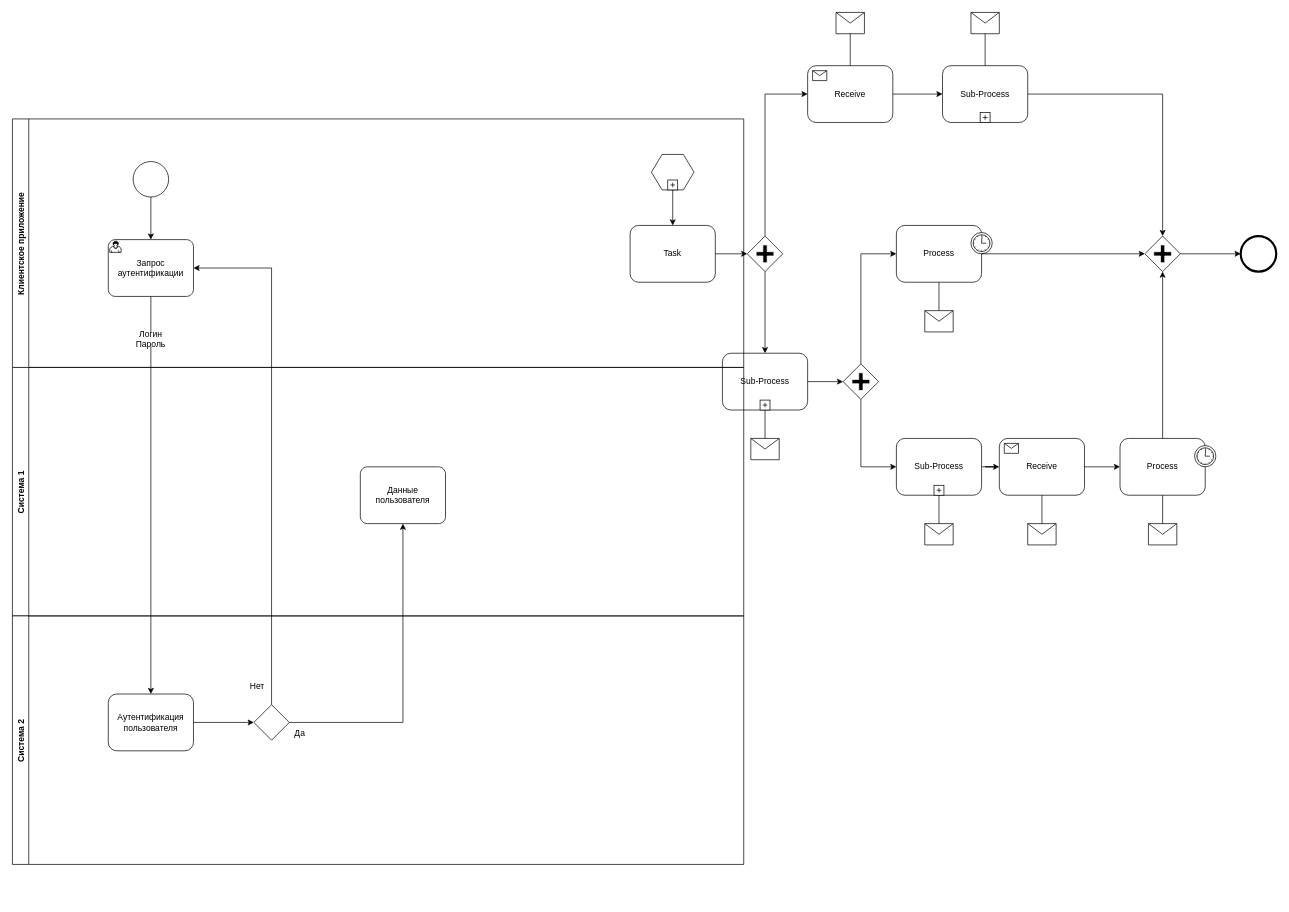
This is bpmn1.drawio from AleksTikhonov/ANSYS_Workbench, a draw.io file, before an edit. Source tidied: cells renumbered, new cells numbered last; positions are measured from the earlier drawing's top-left corner, leaving out a move shared by most shapes. Both pictures are drawn from the tidied source at 71%, with x=0, y=0 at pixel (12, 12).
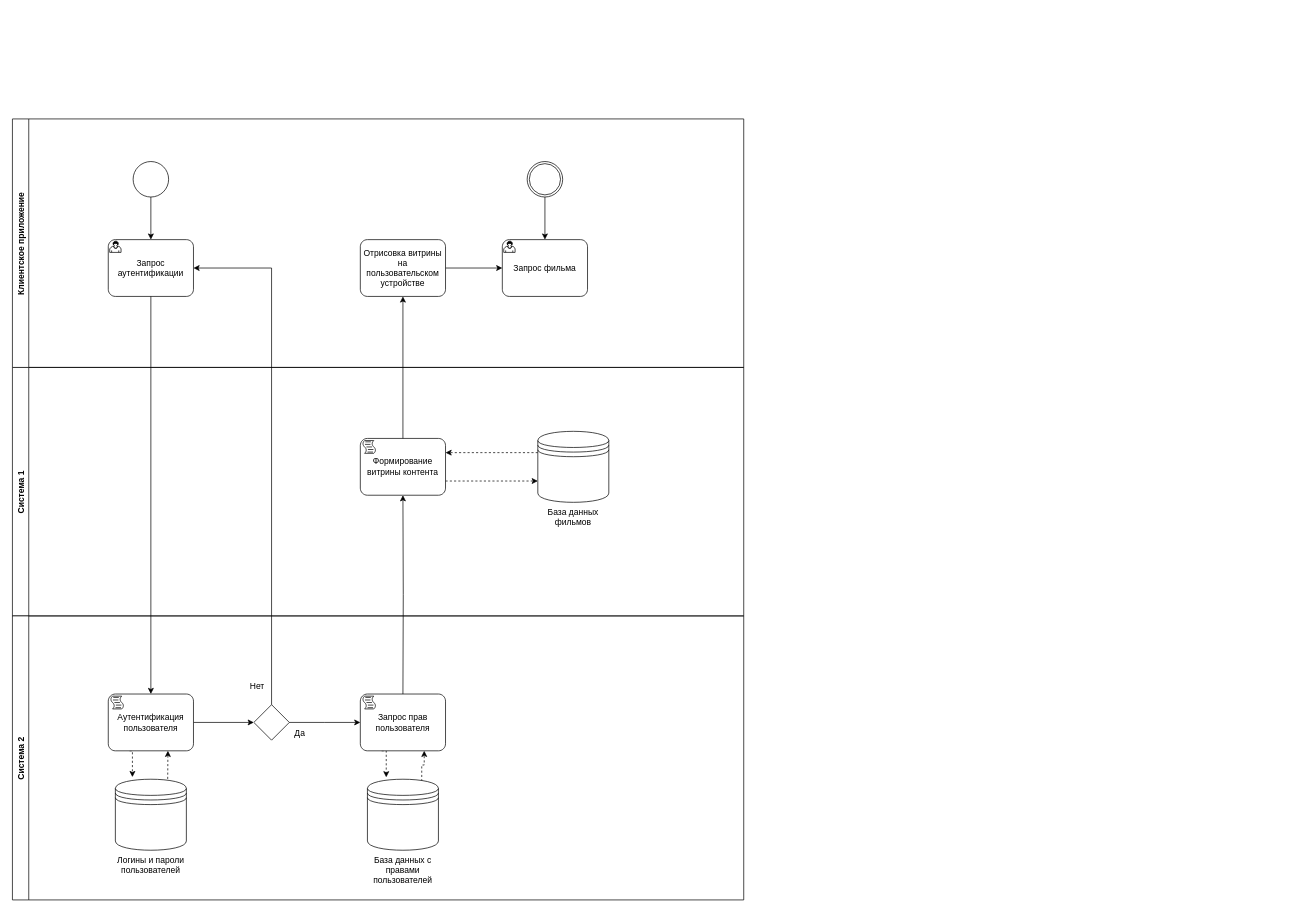
After the change.

Unchanged cells that the change refers to:
```xml
<mxCell id="51" value="Система 1" style="swimlane;horizontal=0;" parent="1" vertex="1">
  <mxGeometry y="500" width="1030" height="350" as="geometry" />
</mxCell>
<mxCell id="56" style="points=[[0.25,0.25,0],[0.5,0,0],[0.75,0.25,0],[1,0.5,0],[0.75,0.75,0],[0.5,1,0],[0.25,0.75,0],[0,0.5,0]];shape=mxgraph.bpmn.gateway2;html=1;verticalLabelPosition=bottom;labelBackgroundColor=#ffffff;verticalAlign=top;align=center;perimeter=rhombusPerimeter;outlineConnect=0;outline=none;symbol=none;" parent="53" vertex="1">
  <mxGeometry x="340" y="125" width="50" height="50" as="geometry" />
</mxCell>
<mxCell id="59" value="Клиентское приложение" style="swimlane;horizontal=0;" parent="1" vertex="1">
  <mxGeometry y="150" width="1030" height="350" as="geometry" />
</mxCell>
<mxCell id="62" value="Запрос аутентификации" style="points=[[0.25,0,0],[0.5,0,0],[0.75,0,0],[1,0.25,0],[1,0.5,0],[1,0.75,0],[0.75,1,0],[0.5,1,0],[0.25,1,0],[0,0.75,0],[0,0.5,0],[0,0.25,0]];shape=mxgraph.bpmn.task;whiteSpace=wrap;rectStyle=rounded;size=10;taskMarker=user;" parent="59" vertex="1">
  <mxGeometry x="135" y="170" width="120" height="80" as="geometry" />
</mxCell>
```

Diff of the diagram source:
```diff
@@
-    <mxCell id="2" style="shape=hexagon;whiteSpace=wrap;html=1;perimeter=hexagonPerimeter;" parent="1" vertex="1">
-      <mxGeometry x="900" y="200" width="60" height="50" as="geometry" />
-    </mxCell>
-    <mxCell id="3" style="html=1;shape=plus;" parent="2" vertex="1">
-      <mxGeometry x="0.5" y="1" width="14" height="14" relative="1" as="geometry">
-        <mxPoint x="-7" y="-14" as="offset" />
-      </mxGeometry>
-    </mxCell>
-    <mxCell id="4" value="Task" style="shape=ext;rounded=1;html=1;whiteSpace=wrap;" parent="1" vertex="1">
-      <mxGeometry x="870" y="300" width="120" height="80" as="geometry" />
-    </mxCell>
-    <mxCell id="5" style="shape=mxgraph.bpmn.shape;html=1;verticalLabelPosition=bottom;labelBackgroundColor=#ffffff;verticalAlign=top;perimeter=rhombusPerimeter;background=gateway;outline=none;symbol=parallelGw;" parent="1" vertex="1">
-      <mxGeometry x="1035" y="315" width="50" height="50" as="geometry" />
-    </mxCell>
-    <mxCell id="6" value="Sub-Process" style="html=1;whiteSpace=wrap;rounded=1;" parent="1" vertex="1">
-      <mxGeometry x="1310" y="75" width="120" height="80" as="geometry" />
-    </mxCell>
-    <mxCell id="7" style="html=1;shape=plus;" parent="6" vertex="1">
-      <mxGeometry x="0.5" y="1" width="14" height="14" relative="1" as="geometry">
-        <mxPoint x="-7" y="-14" as="offset" />
-      </mxGeometry>
-    </mxCell>
-    <mxCell id="8" value="Receive" style="html=1;whiteSpace=wrap;rounded=1;" parent="1" vertex="1">
-      <mxGeometry x="1120" y="75" width="120" height="80" as="geometry" />
-    </mxCell>
-    <mxCell id="9" style="html=1;shape=message;" parent="8" vertex="1">
-      <mxGeometry width="20" height="14" relative="1" as="geometry">
-        <mxPoint x="7" y="7" as="offset" />
-      </mxGeometry>
-    </mxCell>
-    <mxCell id="10" value="Process" style="html=1;whiteSpace=wrap;rounded=1;" parent="1" vertex="1">
-      <mxGeometry x="1245" y="300" width="120" height="80" as="geometry" />
-    </mxCell>
-    <mxCell id="11" style="shape=mxgraph.bpmn.timer_start;perimeter=ellipsePerimeter;html=1;labelPosition=right;labelBackgroundColor=#ffffff;align=left;" parent="10" vertex="1">
-      <mxGeometry x="1" width="30" height="30" relative="1" as="geometry">
-        <mxPoint x="-15" y="10" as="offset" />
-      </mxGeometry>
-    </mxCell>
-    <mxCell id="12" value="Process" style="html=1;whiteSpace=wrap;rounded=1;" parent="1" vertex="1">
-      <mxGeometry x="1560" y="600" width="120" height="80" as="geometry" />
-    </mxCell>
-    <mxCell id="13" style="shape=mxgraph.bpmn.timer_start;perimeter=ellipsePerimeter;html=1;labelPosition=right;labelBackgroundColor=#ffffff;align=left;" parent="12" vertex="1">
-      <mxGeometry x="1" width="30" height="30" relative="1" as="geometry">
-        <mxPoint x="-15" y="10" as="offset" />
-      </mxGeometry>
-    </mxCell>
-    <mxCell id="14" value="Receive" style="html=1;whiteSpace=wrap;rounded=1;" parent="1" vertex="1">
-      <mxGeometry x="1390" y="600" width="120" height="80" as="geometry" />
-    </mxCell>
-    <mxCell id="15" style="html=1;shape=message;" parent="14" vertex="1">
-      <mxGeometry width="20" height="14" relative="1" as="geometry">
-        <mxPoint x="7" y="7" as="offset" />
-      </mxGeometry>
-    </mxCell>
-    <mxCell id="16" value="Sub-Process" style="html=1;whiteSpace=wrap;rounded=1;" parent="1" vertex="1">
-      <mxGeometry x="1245" y="600" width="120" height="80" as="geometry" />
-    </mxCell>
-    <mxCell id="17" style="html=1;shape=plus;" parent="16" vertex="1">
-      <mxGeometry x="0.5" y="1" width="14" height="14" relative="1" as="geometry">
-        <mxPoint x="-7" y="-14" as="offset" />
-      </mxGeometry>
-    </mxCell>
-    <mxCell id="18" style="shape=mxgraph.bpmn.shape;html=1;verticalLabelPosition=bottom;labelBackgroundColor=#ffffff;verticalAlign=top;perimeter=rhombusPerimeter;background=gateway;outline=none;symbol=parallelGw;" parent="1" vertex="1">
-      <mxGeometry x="1595" y="315" width="50" height="50" as="geometry" />
-    </mxCell>
-    <mxCell id="19" style="shape=mxgraph.bpmn.shape;html=1;verticalLabelPosition=bottom;labelBackgroundColor=#ffffff;verticalAlign=top;perimeter=ellipsePerimeter;outline=end;symbol=general;" parent="1" vertex="1">
-      <mxGeometry x="1730" y="315" width="50" height="50" as="geometry" />
-    </mxCell>
-    <mxCell id="20" style="shape=message;whiteSpace=wrap;html=1;" parent="1" vertex="1">
-      <mxGeometry x="1160" width="40" height="30" as="geometry" />
-    </mxCell>
-    <mxCell id="21" style="shape=message;whiteSpace=wrap;html=1;" parent="1" vertex="1">
-      <mxGeometry x="1350" width="40" height="30" as="geometry" />
-    </mxCell>
-    <mxCell id="22" value="Sub-Process" style="html=1;whiteSpace=wrap;rounded=1;" parent="1" vertex="1">
-      <mxGeometry x="1000" y="480" width="120" height="80" as="geometry" />
-    </mxCell>
-    <mxCell id="23" style="html=1;shape=plus;" parent="22" vertex="1">
-      <mxGeometry x="0.5" y="1" width="14" height="14" relative="1" as="geometry">
-        <mxPoint x="-7" y="-14" as="offset" />
-      </mxGeometry>
-    </mxCell>
-    <mxCell id="24" style="shape=message;whiteSpace=wrap;html=1;" parent="1" vertex="1">
-      <mxGeometry x="1040" y="600" width="40" height="30" as="geometry" />
-    </mxCell>
-    <mxCell id="25" style="shape=message;whiteSpace=wrap;html=1;" parent="1" vertex="1">
-      <mxGeometry x="1430" y="720" width="40" height="30" as="geometry" />
-    </mxCell>
-    <mxCell id="26" style="shape=message;whiteSpace=wrap;html=1;" parent="1" vertex="1">
-      <mxGeometry x="1600" y="720" width="40" height="30" as="geometry" />
-    </mxCell>
-    <mxCell id="27" style="shape=message;whiteSpace=wrap;html=1;" parent="1" vertex="1">
-      <mxGeometry x="1285" y="720" width="40" height="30" as="geometry" />
-    </mxCell>
-    <mxCell id="28" style="shape=message;whiteSpace=wrap;html=1;" parent="1" vertex="1">
-      <mxGeometry x="1285" y="420" width="40" height="30" as="geometry" />
-    </mxCell>
-    <mxCell id="29" style="edgeStyle=orthogonalEdgeStyle;rounded=0;html=1;jettySize=auto;" parent="1" edge="1" source="8" target="6">
-      <mxGeometry relative="1" as="geometry" />
-    </mxCell>
-    <mxCell id="30" style="edgeStyle=orthogonalEdgeStyle;rounded=0;html=1;jettySize=auto;endArrow=none;endFill=0;" parent="1" edge="1" source="20" target="8">
-      <mxGeometry relative="1" as="geometry" />
-    </mxCell>
-    <mxCell id="31" style="edgeStyle=orthogonalEdgeStyle;rounded=0;html=1;jettySize=auto;endArrow=none;endFill=0;" parent="1" edge="1" source="21" target="6">
-      <mxGeometry relative="1" as="geometry" />
-    </mxCell>
-    <mxCell id="32" style="edgeStyle=orthogonalEdgeStyle;rounded=0;html=1;jettySize=auto;" parent="1" edge="1" source="6" target="18">
-      <mxGeometry relative="1" as="geometry">
-        <Array as="points">
-          <mxPoint x="1620" y="115" />
-        </Array>
-      </mxGeometry>
-    </mxCell>
-    <mxCell id="33" style="edgeStyle=orthogonalEdgeStyle;rounded=0;html=1;jettySize=auto;" parent="1" edge="1" source="10" target="18">
-      <mxGeometry relative="1" as="geometry" />
-    </mxCell>
-    <mxCell id="34" style="edgeStyle=orthogonalEdgeStyle;rounded=0;html=1;jettySize=auto;" parent="1" edge="1" source="12" target="18">
-      <mxGeometry relative="1" as="geometry" />
-    </mxCell>
-    <mxCell id="35" style="edgeStyle=orthogonalEdgeStyle;rounded=0;html=1;jettySize=auto;" parent="1" edge="1" source="18" target="19">
-      <mxGeometry relative="1" as="geometry" />
-    </mxCell>
-    <mxCell id="36" style="edgeStyle=orthogonalEdgeStyle;rounded=0;html=1;jettySize=auto;" parent="1" edge="1" source="2" target="4">
-      <mxGeometry relative="1" as="geometry" />
-    </mxCell>
-    <mxCell id="37" style="edgeStyle=orthogonalEdgeStyle;rounded=0;html=1;jettySize=auto;" parent="1" edge="1" source="4" target="5">
-      <mxGeometry relative="1" as="geometry" />
-    </mxCell>
-    <mxCell id="38" style="edgeStyle=orthogonalEdgeStyle;rounded=0;html=1;jettySize=auto;" parent="1" edge="1" source="5" target="8">
-      <mxGeometry relative="1" as="geometry">
-        <Array as="points">
-          <mxPoint x="1060" y="115" />
-        </Array>
-      </mxGeometry>
-    </mxCell>
-    <mxCell id="39" style="edgeStyle=orthogonalEdgeStyle;rounded=0;html=1;jettySize=auto;" parent="1" edge="1" source="5" target="22">
-      <mxGeometry relative="1" as="geometry" />
-    </mxCell>
-    <mxCell id="40" style="edgeStyle=orthogonalEdgeStyle;rounded=0;html=1;jettySize=auto;endArrow=none;endFill=0;" parent="1" edge="1" source="24" target="22">
-      <mxGeometry relative="1" as="geometry" />
-    </mxCell>
-    <mxCell id="41" style="shape=mxgraph.bpmn.shape;html=1;verticalLabelPosition=bottom;labelBackgroundColor=#ffffff;verticalAlign=top;perimeter=rhombusPerimeter;background=gateway;outline=none;symbol=parallelGw;" parent="1" vertex="1">
-      <mxGeometry x="1170" y="495" width="50" height="50" as="geometry" />
-    </mxCell>
-    <mxCell id="42" style="edgeStyle=orthogonalEdgeStyle;rounded=0;html=1;jettySize=auto;" parent="1" edge="1" source="41" target="16">
-      <mxGeometry relative="1" as="geometry">
-        <Array as="points">
-          <mxPoint x="1195" y="640" />
-        </Array>
-      </mxGeometry>
-    </mxCell>
-    <mxCell id="43" style="edgeStyle=orthogonalEdgeStyle;rounded=0;html=1;jettySize=auto;" parent="1" edge="1" source="41" target="10">
-      <mxGeometry relative="1" as="geometry">
-        <Array as="points">
-          <mxPoint x="1195" y="340" />
-        </Array>
-      </mxGeometry>
-    </mxCell>
-    <mxCell id="44" style="edgeStyle=orthogonalEdgeStyle;rounded=0;html=1;jettySize=auto;endArrow=none;endFill=0;" parent="1" edge="1" source="28" target="10">
-      <mxGeometry relative="1" as="geometry" />
-    </mxCell>
-    <mxCell id="45" style="edgeStyle=orthogonalEdgeStyle;rounded=0;html=1;jettySize=auto;" parent="1" edge="1" source="22" target="41">
-      <mxGeometry relative="1" as="geometry" />
-    </mxCell>
-    <mxCell id="46" style="edgeStyle=orthogonalEdgeStyle;rounded=0;html=1;jettySize=auto;" parent="1" edge="1" source="16" target="14">
-      <mxGeometry relative="1" as="geometry" />
-    </mxCell>
-    <mxCell id="47" style="edgeStyle=orthogonalEdgeStyle;rounded=0;html=1;jettySize=auto;endArrow=none;endFill=0;" parent="1" edge="1" source="27" target="16">
-      <mxGeometry relative="1" as="geometry" />
-    </mxCell>
-    <mxCell id="48" style="edgeStyle=orthogonalEdgeStyle;rounded=0;html=1;jettySize=auto;endArrow=none;endFill=0;" parent="1" edge="1" source="25" target="14">
-      <mxGeometry relative="1" as="geometry" />
-    </mxCell>
-    <mxCell id="49" style="edgeStyle=orthogonalEdgeStyle;rounded=0;html=1;jettySize=auto;endArrow=none;endFill=0;" parent="1" edge="1" source="26" target="12">
-      <mxGeometry relative="1" as="geometry" />
-    </mxCell>
-    <mxCell id="50" style="edgeStyle=orthogonalEdgeStyle;rounded=0;html=1;jettySize=auto;" parent="1" edge="1" source="14" target="12">
-      <mxGeometry relative="1" as="geometry" />
-    </mxCell>
@@
-    <mxCell id="52" value="Данные пользователя" style="points=[[0.25,0,0],[0.5,0,0],[0.75,0,0],[1,0.25,0],[1,0.5,0],[1,0.75,0],[0.75,1,0],[0.5,1,0],[0.25,1,0],[0,0.75,0],[0,0.5,0],[0,0.25,0]];shape=mxgraph.bpmn.task;whiteSpace=wrap;rectStyle=rounded;size=10;taskMarker=abstract;" parent="51" vertex="1">
-      <mxGeometry x="490" y="140" width="120" height="80" as="geometry" />
-    </mxCell>
+    <mxCell id="68" style="edgeStyle=orthogonalEdgeStyle;rounded=0;jettySize=auto;html=1;exitX=0;exitY=0.3;exitDx=0;exitDy=0;entryX=1;entryY=0.25;entryDx=0;entryDy=0;entryPerimeter=0;dashed=1;" parent="51" edge="1" source="69" target="71">
+      <mxGeometry relative="1" as="geometry" />
+    </mxCell>
+    <mxCell id="69" value="База данных фильмов" style="shape=datastore;whiteSpace=wrap;html=1;labelPosition=center;verticalLabelPosition=bottom;align=center;verticalAlign=top;" parent="51" vertex="1">
+      <mxGeometry x="740" y="90" width="100" height="100" as="geometry" />
+    </mxCell>
+    <mxCell id="70" style="edgeStyle=orthogonalEdgeStyle;rounded=0;jettySize=auto;html=1;exitX=1;exitY=0.75;exitDx=0;exitDy=0;exitPerimeter=0;entryX=0;entryY=0.7;entryDx=0;entryDy=0;dashed=1;" parent="51" edge="1" source="71" target="69">
+      <mxGeometry relative="1" as="geometry" />
+    </mxCell>
+    <mxCell id="71" value="Формирование витрины контента" style="points=[[0.25,0,0],[0.5,0,0],[0.75,0,0],[1,0.25,0],[1,0.5,0],[1,0.75,0],[0.75,1,0],[0.5,1,0],[0.25,1,0],[0,0.75,0],[0,0.5,0],[0,0.25,0]];shape=mxgraph.bpmn.task;whiteSpace=wrap;rectStyle=rounded;size=10;taskMarker=script;" parent="51" vertex="1">
+      <mxGeometry x="490" y="100" width="120" height="80" as="geometry" />
+    </mxCell>
     <mxCell id="53" value="Система 2" style="swimlane;horizontal=0;" parent="1" vertex="1">
-      <mxGeometry y="850" width="1030" height="350" as="geometry" />
+      <mxGeometry y="850" width="1030" height="400" as="geometry" />
     </mxCell>
-    <mxCell id="54" style="edgeStyle=orthogonalEdgeStyle;rounded=0;jettySize=auto;html=1;exitX=1;exitY=0.5;exitDx=0;exitDy=0;entryX=0;entryY=0.5;entryDx=0;entryDy=0;entryPerimeter=0;" parent="53" edge="1" source="55" target="56">
+    <mxCell id="54" style="edgeStyle=orthogonalEdgeStyle;rounded=0;jettySize=auto;html=1;exitX=1;exitY=0.5;exitDx=0;exitDy=0;entryX=0;entryY=0.5;entryDx=0;entryDy=0;entryPerimeter=0;exitPerimeter=0;" parent="53" edge="1" source="55" target="56">
       <mxGeometry relative="1" as="geometry" />
     </mxCell>
-    <mxCell id="55" value="Аутентификация пользователя" style="shape=ext;rounded=1;html=1;whiteSpace=wrap;" parent="53" vertex="1">
-      <mxGeometry x="135" y="110" width="120" height="80" as="geometry" />
-    </mxCell>
+    <mxCell id="72" style="edgeStyle=orthogonalEdgeStyle;rounded=0;jettySize=auto;html=1;exitX=0.25;exitY=1;exitDx=0;exitDy=0;entryX=0.24;entryY=-0.03;entryDx=0;entryDy=0;entryPerimeter=0;dashed=1;exitPerimeter=0;" parent="53" edge="1" source="55" target="74">
+      <mxGeometry relative="1" as="geometry" />
+    </mxCell>
@@
+    <mxCell id="73" style="edgeStyle=orthogonalEdgeStyle;rounded=0;jettySize=auto;html=1;exitX=0.737;exitY=-0.004;exitDx=0;exitDy=0;exitPerimeter=0;dashed=1;" parent="53" edge="1" source="74">
+      <mxGeometry relative="1" as="geometry">
+        <mxPoint x="219" y="190" as="targetPoint" />
+      </mxGeometry>
+    </mxCell>
+    <mxCell id="74" value="Логины и пароли пользователей" style="shape=datastore;whiteSpace=wrap;html=1;labelPosition=center;verticalLabelPosition=bottom;align=center;verticalAlign=top;" parent="53" vertex="1">
+      <mxGeometry x="145" y="230" width="100" height="100" as="geometry" />
+    </mxCell>
+    <mxCell id="55" value="Аутентификация пользователя" style="points=[[0.25,0,0],[0.5,0,0],[0.75,0,0],[1,0.25,0],[1,0.5,0],[1,0.75,0],[0.75,1,0],[0.5,1,0],[0.25,1,0],[0,0.75,0],[0,0.5,0],[0,0.25,0]];shape=mxgraph.bpmn.task;whiteSpace=wrap;rectStyle=rounded;size=10;taskMarker=script;" parent="53" vertex="1">
+      <mxGeometry x="135" y="110" width="120" height="80" as="geometry" />
+    </mxCell>
+    <mxCell id="75" style="edgeStyle=orthogonalEdgeStyle;rounded=0;jettySize=auto;html=1;exitX=0.25;exitY=1;exitDx=0;exitDy=0;exitPerimeter=0;entryX=0.265;entryY=-0.027;entryDx=0;entryDy=0;entryPerimeter=0;dashed=1;" parent="53" edge="1" source="76" target="78">
+      <mxGeometry relative="1" as="geometry" />
+    </mxCell>
+    <mxCell id="76" value="Запрос прав пользователя" style="points=[[0.25,0,0],[0.5,0,0],[0.75,0,0],[1,0.25,0],[1,0.5,0],[1,0.75,0],[0.75,1,0],[0.5,1,0],[0.25,1,0],[0,0.75,0],[0,0.5,0],[0,0.25,0]];shape=mxgraph.bpmn.task;whiteSpace=wrap;rectStyle=rounded;size=10;taskMarker=script;" parent="53" vertex="1">
+      <mxGeometry x="490" y="110" width="120" height="80" as="geometry" />
+    </mxCell>
+    <mxCell id="77" style="edgeStyle=orthogonalEdgeStyle;rounded=0;jettySize=auto;html=1;exitX=0.765;exitY=0.029;exitDx=0;exitDy=0;exitPerimeter=0;entryX=0.75;entryY=1;entryDx=0;entryDy=0;entryPerimeter=0;dashed=1;" parent="53" edge="1" source="78" target="76">
+      <mxGeometry relative="1" as="geometry" />
+    </mxCell>
+    <mxCell id="78" value="База данных с правами пользователей" style="shape=datastore;whiteSpace=wrap;html=1;labelPosition=center;verticalLabelPosition=bottom;align=center;verticalAlign=top;" parent="53" vertex="1">
+      <mxGeometry x="500" y="230" width="100" height="100" as="geometry" />
+    </mxCell>
@@
-    <mxCell id="63" value="Логин&lt;br&gt;Пароль" style="text;html=1;strokeColor=none;fillColor=none;align=center;verticalAlign=middle;whiteSpace=wrap;rounded=0;" parent="59" vertex="1">
-      <mxGeometry x="170" y="300" width="50" height="20" as="geometry" />
-    </mxCell>
-    <mxCell id="64" style="edgeStyle=orthogonalEdgeStyle;rounded=0;jettySize=auto;html=1;entryX=0.5;entryY=0;entryDx=0;entryDy=0;exitX=0.5;exitY=1;exitDx=0;exitDy=0;exitPerimeter=0;endArrow=none;" parent="59" edge="1" source="62" target="63">
-      <mxGeometry relative="1" as="geometry" />
-    </mxCell>
+    <mxCell id="79" style="edgeStyle=orthogonalEdgeStyle;rounded=0;jettySize=auto;html=1;exitX=1;exitY=0.5;exitDx=0;exitDy=0;exitPerimeter=0;entryX=0;entryY=0.5;entryDx=0;entryDy=0;entryPerimeter=0;" parent="59" edge="1" source="80" target="83">
+      <mxGeometry relative="1" as="geometry" />
+    </mxCell>
+    <mxCell id="80" value="Отрисовка витрины на пользовательском устройстве" style="points=[[0.25,0,0],[0.5,0,0],[0.75,0,0],[1,0.25,0],[1,0.5,0],[1,0.75,0],[0.75,1,0],[0.5,1,0],[0.25,1,0],[0,0.75,0],[0,0.5,0],[0,0.25,0]];shape=mxgraph.bpmn.task;whiteSpace=wrap;rectStyle=rounded;size=10;taskMarker=abstract;" parent="59" vertex="1">
+      <mxGeometry x="490" y="170" width="120" height="80" as="geometry" />
+    </mxCell>
+    <mxCell id="81" style="edgeStyle=orthogonalEdgeStyle;rounded=0;jettySize=auto;html=1;exitX=0.5;exitY=1;exitDx=0;exitDy=0;exitPerimeter=0;entryX=0.5;entryY=0;entryDx=0;entryDy=0;entryPerimeter=0;" parent="59" edge="1" source="82" target="83">
+      <mxGeometry relative="1" as="geometry" />
+    </mxCell>
+    <mxCell id="82" style="points=[[0.145,0.145,0],[0.5,0,0],[0.855,0.145,0],[1,0.5,0],[0.855,0.855,0],[0.5,1,0],[0.145,0.855,0],[0,0.5,0]];shape=mxgraph.bpmn.event;html=1;verticalLabelPosition=bottom;labelBackgroundColor=#ffffff;verticalAlign=top;align=center;perimeter=ellipsePerimeter;outlineConnect=0;outline=throwing;symbol=general;" parent="59" vertex="1">
+      <mxGeometry x="725" y="60" width="50" height="50" as="geometry" />
+    </mxCell>
+    <mxCell id="83" value="Запрос фильма" style="points=[[0.25,0,0],[0.5,0,0],[0.75,0,0],[1,0.25,0],[1,0.5,0],[1,0.75,0],[0.75,1,0],[0.5,1,0],[0.25,1,0],[0,0.75,0],[0,0.5,0],[0,0.25,0]];shape=mxgraph.bpmn.task;whiteSpace=wrap;rectStyle=rounded;size=10;taskMarker=user;" parent="59" vertex="1">
+      <mxGeometry x="690" y="170" width="120" height="80" as="geometry" />
+    </mxCell>
-    <mxCell id="65" style="edgeStyle=orthogonalEdgeStyle;rounded=0;jettySize=auto;html=1;entryX=0.5;entryY=0;entryDx=0;entryDy=0;exitX=0.5;exitY=1;exitDx=0;exitDy=0;exitPerimeter=0;startArrow=none;" parent="1" edge="1" source="63" target="55">
+    <mxCell id="65" style="edgeStyle=orthogonalEdgeStyle;rounded=0;jettySize=auto;html=1;entryX=0.5;entryY=0;entryDx=0;entryDy=0;exitX=0.5;exitY=1;exitDx=0;exitDy=0;exitPerimeter=0;startArrow=none;entryPerimeter=0;" parent="1" edge="1" source="62" target="55">
       <mxGeometry relative="1" as="geometry" />
     </mxCell>
@@
-    <mxCell id="67" style="edgeStyle=orthogonalEdgeStyle;rounded=0;jettySize=auto;html=1;exitX=1;exitY=0.5;exitDx=0;exitDy=0;exitPerimeter=0;entryX=0.5;entryY=1;entryDx=0;entryDy=0;entryPerimeter=0;" parent="1" edge="1" source="56" target="52">
-      <mxGeometry relative="1" as="geometry" />
+    <mxCell id="67" style="edgeStyle=orthogonalEdgeStyle;rounded=0;jettySize=auto;html=1;exitX=1;exitY=0.5;exitDx=0;exitDy=0;exitPerimeter=0;" parent="1" edge="1" source="56">
+      <mxGeometry relative="1" as="geometry">
+        <mxPoint x="490" y="1000" as="targetPoint" />
+      </mxGeometry>
     </mxCell>
+    <mxCell id="84" style="edgeStyle=orthogonalEdgeStyle;rounded=0;jettySize=auto;html=1;exitX=0.5;exitY=0;exitDx=0;exitDy=0;exitPerimeter=0;entryX=0.5;entryY=1;entryDx=0;entryDy=0;entryPerimeter=0;" parent="1" edge="1" target="71">
+      <mxGeometry relative="1" as="geometry">
+        <mxPoint x="550" y="960" as="sourcePoint" />
+      </mxGeometry>
+    </mxCell>
+    <mxCell id="85" style="edgeStyle=orthogonalEdgeStyle;rounded=0;jettySize=auto;html=1;exitX=0.5;exitY=0;exitDx=0;exitDy=0;exitPerimeter=0;entryX=0.5;entryY=1;entryDx=0;entryDy=0;entryPerimeter=0;" parent="1" edge="1" source="71" target="80">
+      <mxGeometry relative="1" as="geometry" />
+    </mxCell>
```
